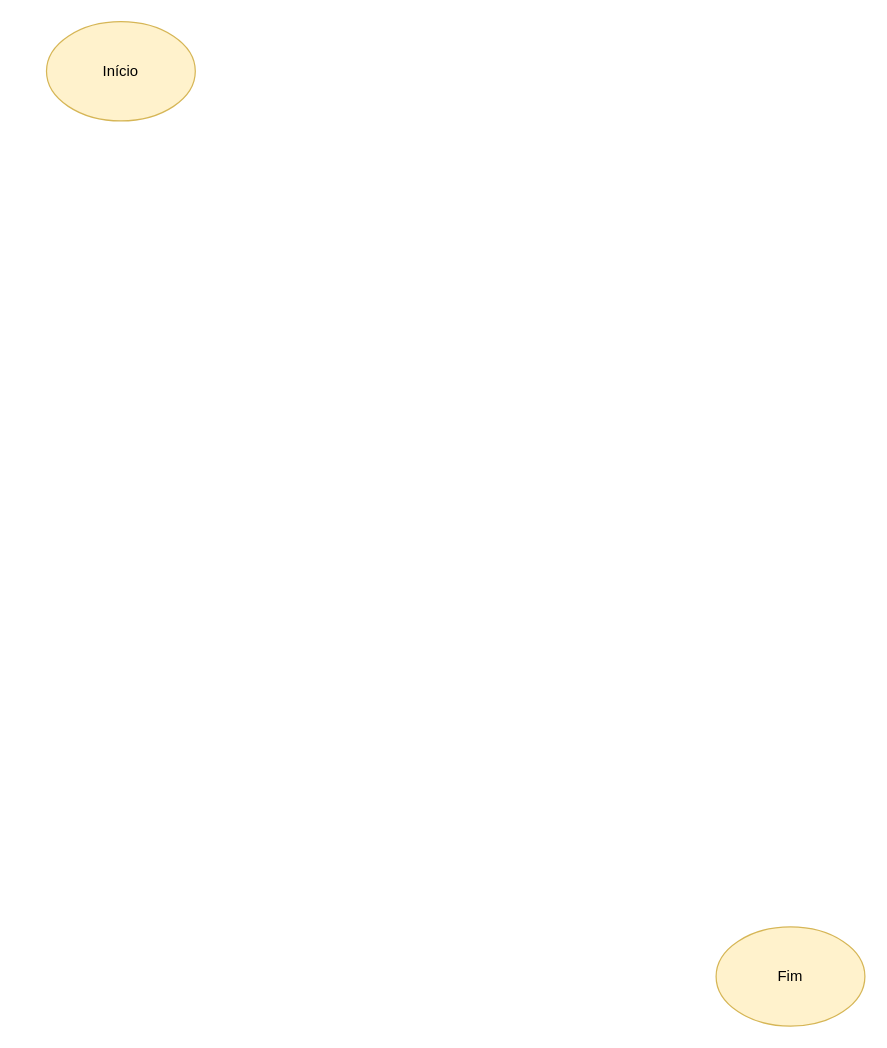
Above: Fluxo6.drawio in Rato0101/Fluxogramas (draw.io), before the change. Source tidied: cells renumbered, new cells numbered last; positions are measured from the earlier drawing's top-left corner, leaving out a move shared by most shapes. Both pictures are drawn from the tidied source at 124%, with x=0, y=0 at pixel (46, 21).
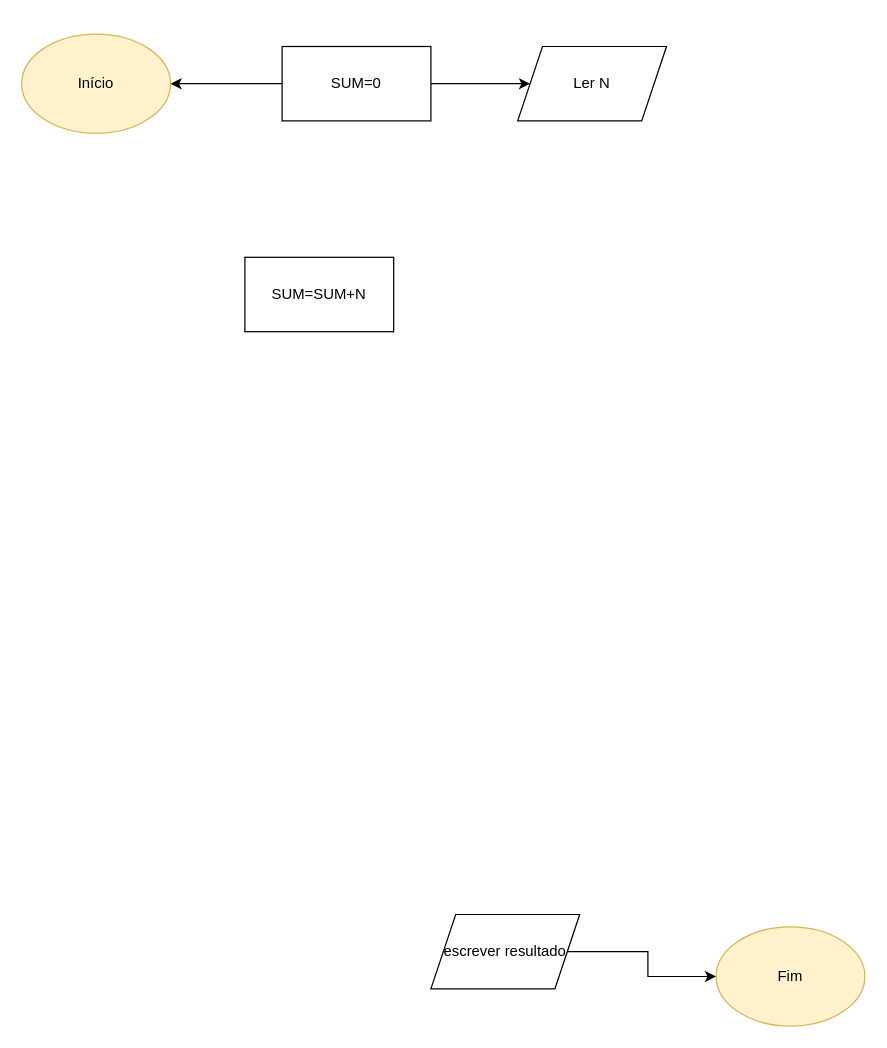
Above is the later version.

Diff of the diagram source:
```diff
@@
 <mxGraphModel>
   <root>
     <mxCell id="0" />
     <mxCell id="1" parent="0" />
     <mxCell id="2" value="Fim" style="ellipse;whiteSpace=wrap;html=1;shapeInside=1;fillColor=#fff2cc;strokeColor=#d6b656;" parent="1" vertex="1">
       <mxGeometry x="540" y="730" width="120" height="80" as="geometry" />
     </mxCell>
     <mxCell id="3" value="Início" style="ellipse;whiteSpace=wrap;html=1;shapeInside=1;fillColor=#fff2cc;strokeColor=#d6b656;" parent="1" vertex="1">
-      <mxGeometry width="120" height="80" as="geometry" />
+      <mxGeometry x="-20" y="10" width="120" height="80" as="geometry" />
     </mxCell>
+    <mxCell id="4" style="edgeStyle=orthogonalEdgeStyle;rounded=0;jettySize=auto;html=1;" parent="1" edge="1" source="5" target="2">
+      <mxGeometry relative="1" as="geometry" />
+    </mxCell>
+    <mxCell id="5" value="escrever resultado" style="shape=parallelogram;perimeter=parallelogramPerimeter;whiteSpace=wrap;html=1;shapeInside=1;fixedSize=1;" parent="1" vertex="1">
+      <mxGeometry x="310" y="720" width="120" height="60" as="geometry" />
+    </mxCell>
+    <mxCell id="6" value="SUM=SUM+N" style="rounded=0;whiteSpace=wrap;html=1;" parent="1" vertex="1">
+      <mxGeometry x="160" y="190" width="120" height="60" as="geometry" />
+    </mxCell>
+    <mxCell id="7" value="Ler N" style="shape=parallelogram;perimeter=parallelogramPerimeter;whiteSpace=wrap;html=1;shapeInside=1;fixedSize=1;" parent="1" vertex="1">
+      <mxGeometry x="380" y="20" width="120" height="60" as="geometry" />
+    </mxCell>
+    <mxCell id="8" style="edgeStyle=orthogonalEdgeStyle;rounded=0;jettySize=auto;html=1;" parent="1" edge="1" source="10" target="3">
+      <mxGeometry relative="1" as="geometry" />
+    </mxCell>
+    <mxCell id="9" style="edgeStyle=orthogonalEdgeStyle;rounded=0;jettySize=auto;html=1;" parent="1" edge="1" source="10" target="7">
+      <mxGeometry relative="1" as="geometry" />
+    </mxCell>
+    <mxCell id="10" value="SUM=0" style="rounded=0;whiteSpace=wrap;html=1;" parent="1" vertex="1">
+      <mxGeometry x="190" y="20" width="120" height="60" as="geometry" />
+    </mxCell>
   </root>
 </mxGraphModel>
```
